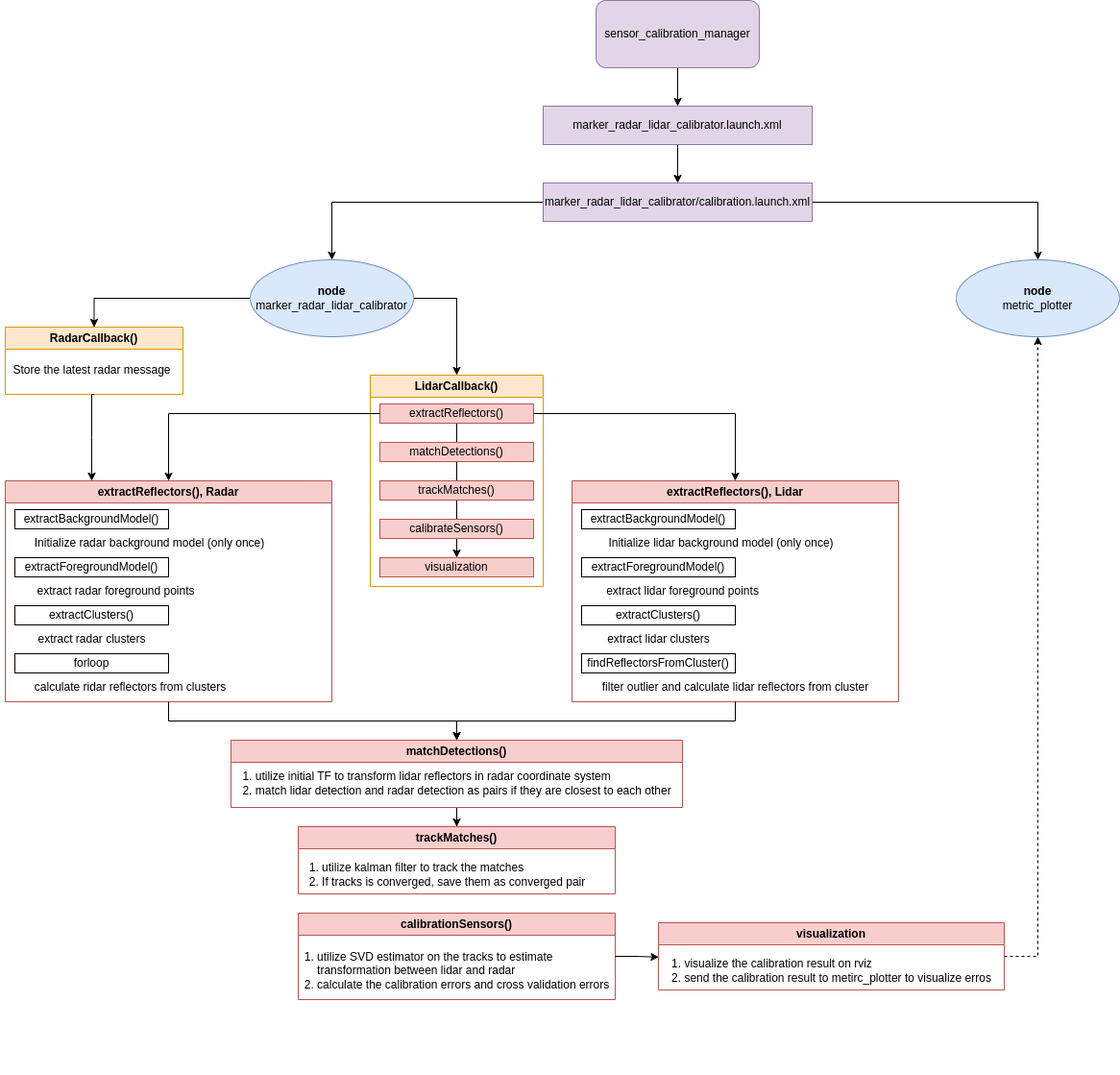
tier4/CalibrationTools keeps this draw.io diagram as sensor/marker_radar_lidar_calibrator/marker_radar_lidar_calibrator.drawio.png. Above is the earlier version. Source tidied: cells renumbered, new cells last; positions are measured from the earlier drawing's top-left corner, leaving out a move shared by most shapes.
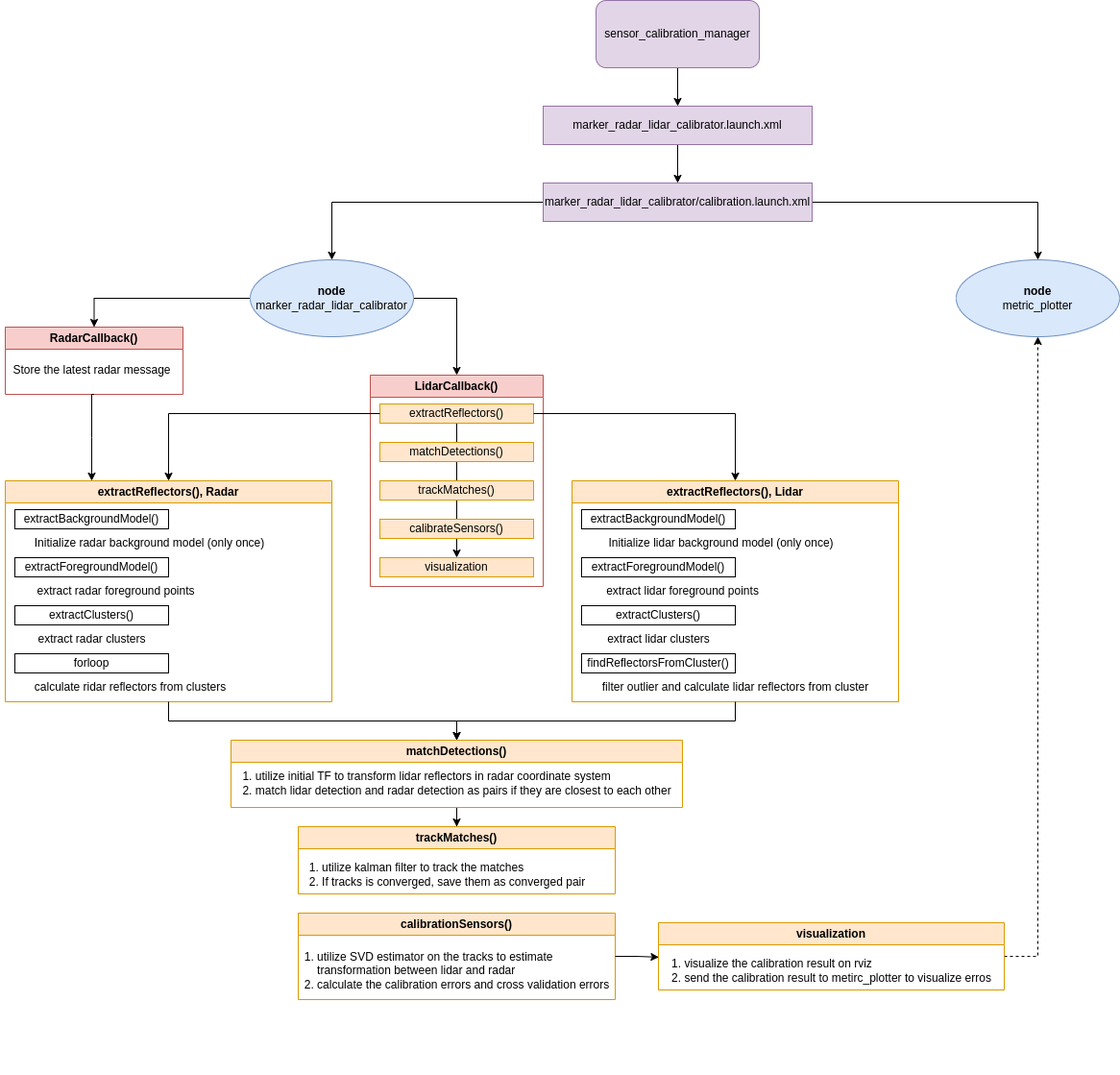
Later version of the same file.

Commit message:
add diagram for mapping based calibrator

Change to the diagram source:
```diff
@@ -32,7 +32,7 @@
     <mxCell id="11" value="&lt;div&gt;&lt;b&gt;node&lt;/b&gt;&lt;/div&gt;marker_radar_lidar_calibrator" style="ellipse;whiteSpace=wrap;html=1;fillColor=#dae8fc;strokeColor=#6c8ebf;" parent="1" vertex="1">
       <mxGeometry x="260" y="270" width="170" height="80" as="geometry" />
     </mxCell>
-    <mxCell id="12" value="extractReflectors(), Lidar" style="swimlane;whiteSpace=wrap;html=1;fillColor=#f8cecc;strokeColor=#b85450;" parent="1" vertex="1">
+    <mxCell id="12" value="extractReflectors(), Lidar" style="swimlane;whiteSpace=wrap;html=1;fillColor=#ffe6cc;strokeColor=#d79b00;" parent="1" vertex="1">
       <mxGeometry x="595" y="500" width="340" height="230" as="geometry" />
     </mxCell>
     <mxCell id="13" value="&lt;div style=&quot;text-align: justify;&quot;&gt;&lt;br&gt;&lt;/div&gt;" style="text;html=1;align=center;verticalAlign=middle;strokeColor=none;fillColor=none;" parent="12" vertex="1">
@@ -65,7 +65,7 @@
     <mxCell id="22" value="filter outlier and calculate lidar reflectors from cluster" style="text;html=1;align=center;verticalAlign=middle;points=[];strokeColor=none;fillColor=none;" parent="12" vertex="1">
       <mxGeometry x="20" y="200" width="300" height="30" as="geometry" />
     </mxCell>
-    <mxCell id="23" value="extractReflectors(), Radar" style="swimlane;whiteSpace=wrap;html=1;fillColor=#f8cecc;strokeColor=#b85450;" parent="1" vertex="1">
+    <mxCell id="23" value="extractReflectors(), Radar" style="swimlane;whiteSpace=wrap;html=1;fillColor=#ffe6cc;strokeColor=#d79b00;" parent="1" vertex="1">
       <mxGeometry x="5" y="500" width="340" height="230" as="geometry" />
     </mxCell>
     <mxCell id="24" value="&lt;div style=&quot;text-align: justify;&quot;&gt;&lt;br&gt;&lt;/div&gt;" style="text;html=1;align=center;verticalAlign=middle;strokeColor=none;fillColor=none;" parent="23" vertex="1">
@@ -98,28 +98,28 @@
     <mxCell id="33" value="calculate ridar reflectors from clusters" style="text;html=1;align=center;verticalAlign=middle;strokeColor=none;fillColor=none;" parent="23" vertex="1">
       <mxGeometry x="20" y="200" width="220" height="30" as="geometry" />
     </mxCell>
-    <mxCell id="34" value="LidarCallback()" style="swimlane;whiteSpace=wrap;html=1;fillColor=#ffe6cc;strokeColor=#d79b00;" parent="1" vertex="1">
+    <mxCell id="34" value="LidarCallback()" style="swimlane;whiteSpace=wrap;html=1;fillColor=#f8cecc;strokeColor=#b85450;" parent="1" vertex="1">
       <mxGeometry x="385" y="390" width="180" height="220" as="geometry" />
     </mxCell>
     <mxCell id="35" style="edgeStyle=orthogonalEdgeStyle;rounded=0;jettySize=auto;html=1;entryX=0.5;entryY=0;entryDx=0;entryDy=0;" parent="34" edge="1" source="36" target="40">
       <mxGeometry relative="1" as="geometry" />
     </mxCell>
-    <mxCell id="36" value="extractReflectors()" style="whiteSpace=wrap;html=1;fillColor=#f8cecc;strokeColor=#b85450;" parent="34" vertex="1">
+    <mxCell id="36" value="extractReflectors()" style="whiteSpace=wrap;html=1;fillColor=#ffe6cc;strokeColor=#d79b00;" parent="34" vertex="1">
       <mxGeometry x="10" y="30" width="160" height="20" as="geometry" />
     </mxCell>
-    <mxCell id="37" value="matchDetections()" style="whiteSpace=wrap;html=1;fillColor=#f8cecc;strokeColor=#b85450;" parent="34" vertex="1">
+    <mxCell id="37" value="matchDetections()" style="whiteSpace=wrap;html=1;fillColor=#ffe6cc;strokeColor=#d79b00;" parent="34" vertex="1">
       <mxGeometry x="10" y="70" width="160" height="20" as="geometry" />
     </mxCell>
-    <mxCell id="38" value="trackMatches()" style="whiteSpace=wrap;html=1;fillColor=#f8cecc;strokeColor=#b85450;" parent="34" vertex="1">
+    <mxCell id="38" value="trackMatches()" style="whiteSpace=wrap;html=1;fillColor=#ffe6cc;strokeColor=#d79b00;" parent="34" vertex="1">
       <mxGeometry x="10" y="110" width="160" height="20" as="geometry" />
     </mxCell>
-    <mxCell id="39" value="calibrateSensors()" style="whiteSpace=wrap;html=1;fillColor=#f8cecc;strokeColor=#b85450;" parent="34" vertex="1">
+    <mxCell id="39" value="calibrateSensors()" style="whiteSpace=wrap;html=1;fillColor=#ffe6cc;strokeColor=#d79b00;" parent="34" vertex="1">
       <mxGeometry x="10" y="150" width="160" height="20" as="geometry" />
     </mxCell>
-    <mxCell id="40" value="visualization" style="whiteSpace=wrap;html=1;fillColor=#f8cecc;strokeColor=#b85450;" parent="34" vertex="1">
+    <mxCell id="40" value="visualization" style="whiteSpace=wrap;html=1;fillColor=#ffe6cc;strokeColor=#d79b00;" parent="34" vertex="1">
       <mxGeometry x="10" y="190" width="160" height="20" as="geometry" />
     </mxCell>
-    <mxCell id="41" value="RadarCallback()" style="swimlane;whiteSpace=wrap;html=1;fillColor=#ffe6cc;strokeColor=#d79b00;" parent="1" vertex="1">
+    <mxCell id="41" value="RadarCallback()" style="swimlane;whiteSpace=wrap;html=1;fillColor=#f8cecc;strokeColor=#b85450;" parent="1" vertex="1">
       <mxGeometry x="5" y="340" width="185" height="70" as="geometry" />
     </mxCell>
     <mxCell id="42" value="Store the latest radar message" style="text;html=1;align=center;verticalAlign=middle;strokeColor=none;fillColor=none;" parent="41" vertex="1">
@@ -134,7 +134,7 @@
     <mxCell id="45" style="edgeStyle=orthogonalEdgeStyle;rounded=0;jettySize=auto;html=1;entryX=0.5;entryY=0;entryDx=0;entryDy=0;" parent="1" edge="1" source="46" target="53">
       <mxGeometry relative="1" as="geometry" />
     </mxCell>
-    <mxCell id="46" value="matchDetections()" style="swimlane;whiteSpace=wrap;html=1;fillColor=#f8cecc;strokeColor=#b85450;" parent="1" vertex="1">
+    <mxCell id="46" value="matchDetections()" style="swimlane;whiteSpace=wrap;html=1;fillColor=#ffe6cc;strokeColor=#d79b00;" parent="1" vertex="1">
       <mxGeometry x="240" y="770" width="470" height="70" as="geometry" />
     </mxCell>
     <mxCell id="47" value="&lt;div style=&quot;text-align: justify;&quot;&gt;&lt;br&gt;&lt;/div&gt;" style="text;html=1;align=center;verticalAlign=middle;strokeColor=none;fillColor=none;" parent="46" vertex="1">
@@ -164,7 +164,7 @@
         </Array>
       </mxGeometry>
     </mxCell>
-    <mxCell id="53" value="trackMatches()" style="swimlane;whiteSpace=wrap;html=1;fillColor=#f8cecc;strokeColor=#b85450;" parent="1" vertex="1">
+    <mxCell id="53" value="trackMatches()" style="swimlane;whiteSpace=wrap;html=1;fillColor=#ffe6cc;strokeColor=#d79b00;" parent="1" vertex="1">
       <mxGeometry x="310" y="860" width="330" height="70" as="geometry" />
     </mxCell>
     <mxCell id="54" value="&lt;div style=&quot;text-align: justify;&quot;&gt;&lt;br&gt;&lt;/div&gt;" style="text;html=1;align=center;verticalAlign=middle;strokeColor=none;fillColor=none;" parent="53" vertex="1">
@@ -179,7 +179,7 @@
     <mxCell id="56" value="&lt;div style=&quot;text-align: justify;&quot;&gt;&lt;span style=&quot;background-color: initial;&quot;&gt;1. utilize kalman filter to track the matches&lt;/span&gt;&lt;/div&gt;&lt;div style=&quot;text-align: justify;&quot;&gt;&lt;span style=&quot;background-color: initial;&quot;&gt;2. If tracks is converged, save them as converged pair&lt;/span&gt;&lt;/div&gt;" style="text;html=1;align=center;verticalAlign=middle;strokeColor=none;fillColor=none;" parent="53" vertex="1">
       <mxGeometry y="30" width="310" height="40" as="geometry" />
     </mxCell>
-    <mxCell id="57" value="calibrationSensors()" style="swimlane;whiteSpace=wrap;html=1;fillColor=#f8cecc;strokeColor=#b85450;" parent="1" vertex="1">
+    <mxCell id="57" value="calibrationSensors()" style="swimlane;whiteSpace=wrap;html=1;fillColor=#ffe6cc;strokeColor=#d79b00;" parent="1" vertex="1">
       <mxGeometry x="310" y="950" width="330" height="90" as="geometry" />
     </mxCell>
     <mxCell id="58" value="&lt;div style=&quot;text-align: justify;&quot;&gt;&lt;br&gt;&lt;/div&gt;" style="text;html=1;align=center;verticalAlign=middle;strokeColor=none;fillColor=none;" parent="57" vertex="1">
@@ -200,7 +200,7 @@
     <mxCell id="62" style="edgeStyle=orthogonalEdgeStyle;rounded=0;jettySize=auto;html=1;exitX=1;exitY=0.5;exitDx=0;exitDy=0;entryX=0.5;entryY=1;entryDx=0;entryDy=0;strokeColor=default;curved=0;dashed=1;" parent="1" edge="1" source="63" target="61">
       <mxGeometry relative="1" as="geometry" />
     </mxCell>
-    <mxCell id="63" value="visualization" style="swimlane;whiteSpace=wrap;html=1;fillColor=#f8cecc;strokeColor=#b85450;" parent="1" vertex="1">
+    <mxCell id="63" value="visualization" style="swimlane;whiteSpace=wrap;html=1;fillColor=#ffe6cc;strokeColor=#d79b00;" parent="1" vertex="1">
       <mxGeometry x="685" y="960" width="360" height="70" as="geometry" />
     </mxCell>
     <mxCell id="64" value="&lt;div style=&quot;text-align: justify;&quot;&gt;&lt;br&gt;&lt;/div&gt;" style="text;html=1;align=center;verticalAlign=middle;strokeColor=none;fillColor=none;" parent="63" vertex="1">
```
